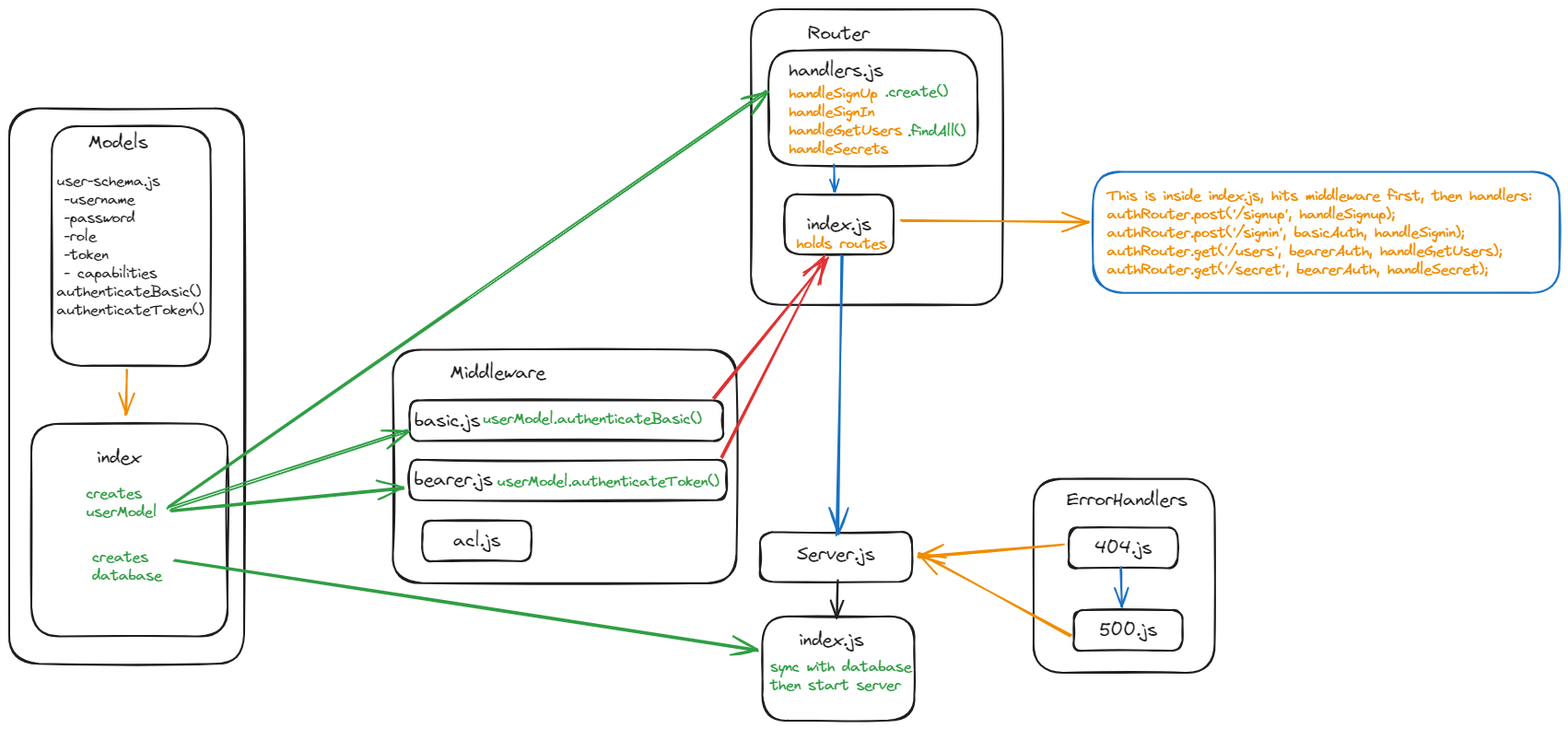
MelodicXP/bearer-auth keeps this Excalidraw diagram as assets/bearerAuthUMLFileStruct.excalidraw.png. Above is the earlier version. Source tidied: one line per element, renumbered; positions are measured from the earlier drawing's top-left corner, leaving out a move shared by most shapes.
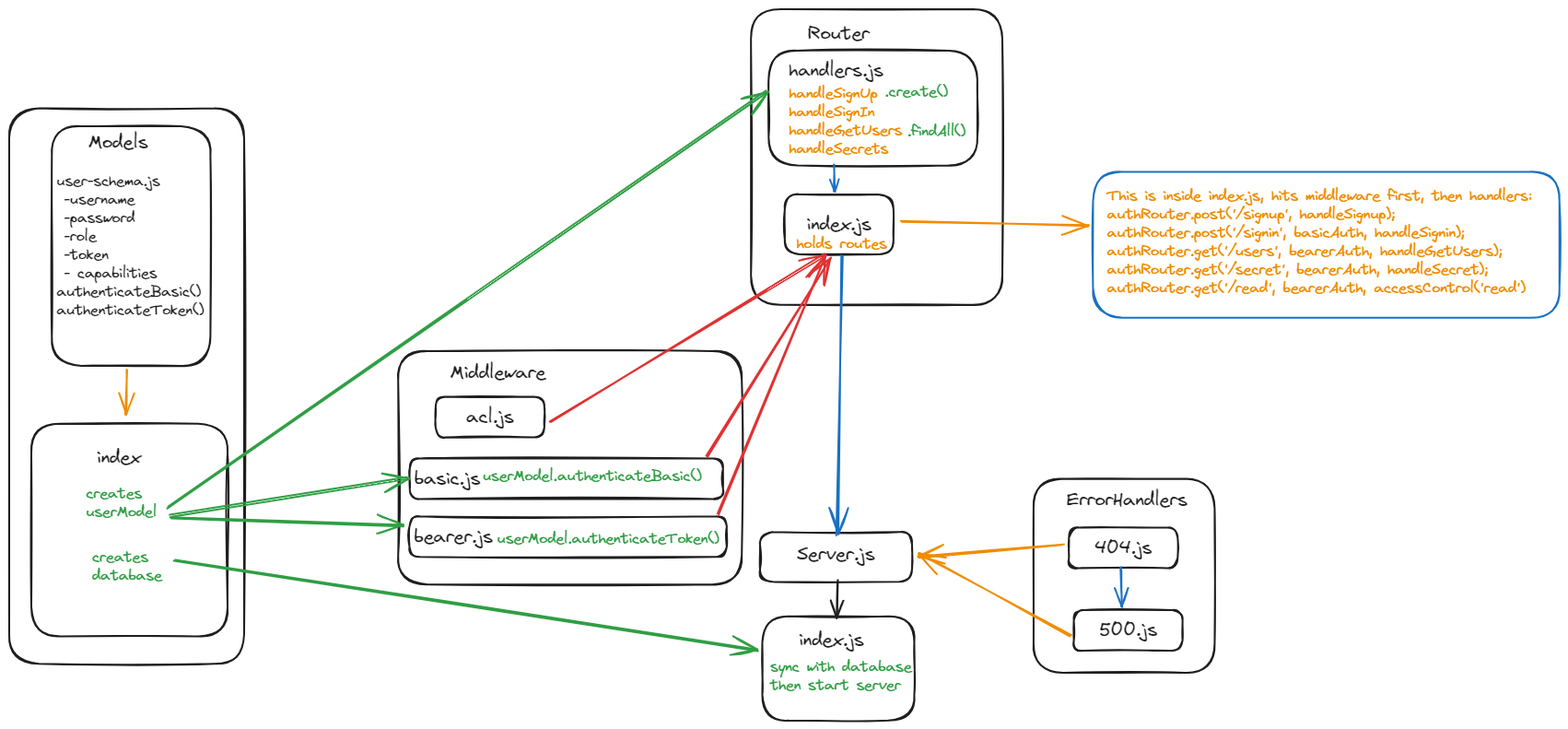
After the commit.

Commit message:
Pass test allow read access

Change to the diagram source:
```diff
@@ -6,22 +6,22 @@
 {"id": 5, "type": "rectangle", "strokeColor": "#1e1e1e", "strokeWidth": 2, "roughness": 1, "round": true, "x": 46, "y": 127, "width": 172, "height": 260}
 {"id": 6, "type": "text", "text": "user-schema.js\n -username\n -password\n -role\n -token\n - capabilities\nauthenticateBasic()\nauthenticateToken()", "strokeColor": "#1e1e1e", "strokeWidth": 2, "roughness": 1, "fontSize": 16, "fontFamily": 1, "verticalAlign": "middle", "inside": 5, "x": 51, "y": 177, "width": 160, "height": 160}
 {"id": 7, "type": "arrow", "strokeColor": "#f08c00", "strokeWidth": 2, "roughness": 1, "endArrowhead": "arrow", "round": true, "from": 5, "to": 1, "x": 128, "y": 392, "width": 1, "height": 48, "points": [[0, 0], [-1, 48]]}
-{"id": 8, "type": "rectangle", "strokeColor": "#1e1e1e", "strokeWidth": 2, "roughness": 1, "round": true, "x": 416, "y": 370, "width": 373, "height": 253}
+{"id": 8, "type": "rectangle", "strokeColor": "#1e1e1e", "strokeWidth": 2, "roughness": 1, "round": true, "x": 422, "y": 371, "width": 373, "height": 253}
 {"id": 9, "type": "text", "text": "Middleware", "strokeColor": "#1e1e1e", "strokeWidth": 2, "roughness": 1, "fontSize": 20, "fontFamily": 1, "x": 479, "y": 382, "width": 104, "height": 25}
-{"id": 10, "type": "rectangle", "strokeColor": "#1e1e1e", "strokeWidth": 2, "roughness": 1, "round": true, "x": 434, "y": 489, "width": 344, "height": 44}
+{"id": 10, "type": "rectangle", "strokeColor": "#1e1e1e", "strokeWidth": 2, "roughness": 1, "round": true, "x": 434, "y": 550, "width": 344, "height": 44}
-{"id": 11, "type": "text", "text": "bearer.js", "strokeColor": "#1e1e1e", "strokeWidth": 2, "roughness": 1, "fontSize": 20, "fontFamily": 1, "verticalAlign": "middle", "inside": 10, "x": 439, "y": 498, "width": 85, "height": 25}
+{"id": 11, "type": "text", "text": "bearer.js", "strokeColor": "#1e1e1e", "strokeWidth": 2, "roughness": 1, "fontSize": 20, "fontFamily": 1, "verticalAlign": "middle", "inside": 10, "x": 439, "y": 560, "width": 85, "height": 25}
-{"id": 12, "type": "rectangle", "strokeColor": "#1e1e1e", "strokeWidth": 2, "roughness": 1, "round": true, "x": 435, "y": 424, "width": 340, "height": 44}
+{"id": 12, "type": "rectangle", "strokeColor": "#1e1e1e", "strokeWidth": 2, "roughness": 1, "round": true, "x": 435, "y": 487, "width": 340, "height": 44}
-{"id": 13, "type": "text", "text": "basic.js", "strokeColor": "#1e1e1e", "strokeWidth": 2, "roughness": 1, "fontSize": 20, "fontFamily": 1, "verticalAlign": "middle", "inside": 12, "x": 440, "y": 434, "width": 72, "height": 25}
+{"id": 13, "type": "text", "text": "basic.js", "strokeColor": "#1e1e1e", "strokeWidth": 2, "roughness": 1, "fontSize": 20, "fontFamily": 1, "verticalAlign": "middle", "inside": 12, "x": 440, "y": 497, "width": 72, "height": 25}
-{"id": 14, "type": "arrow", "strokeColor": "#2f9e44", "strokeWidth": 2, "roughness": 1, "endArrowhead": "arrow", "round": true, "from": 4, "to": 10, "x": 176, "y": 545, "width": 251, "height": 26, "points": [[0, 0], [251, -26]]}
+{"id": 14, "type": "arrow", "strokeColor": "#2f9e44", "strokeWidth": 2, "roughness": 1, "endArrowhead": "arrow", "round": true, "from": 4, "to": 10, "x": 176, "y": 553, "width": 251, "height": 8, "points": [[0, 0], [251, 8]]}
-{"id": 15, "type": "arrow", "strokeColor": "#2f9e44", "strokeWidth": 2, "roughness": 1, "endArrowhead": "arrow", "round": true, "from": 4, "to": 12, "x": 175, "y": 541, "width": 258, "height": 85, "points": [[0, 0], [258, -85]]}
+{"id": 15, "type": "arrow", "strokeColor": "#2f9e44", "strokeWidth": 2, "roughness": 1, "endArrowhead": "arrow", "round": true, "from": 4, "to": 12, "x": 175, "y": 549, "width": 258, "height": 42, "points": [[0, 0], [258, -42]]}
 {"id": 16, "type": "rectangle", "strokeColor": "#1e1e1e", "strokeWidth": 2, "roughness": 1, "round": true, "x": 805, "y": 0, "width": 273, "height": 321}
 {"id": 17, "type": "text", "text": "Router", "strokeColor": "#1e1e1e", "strokeWidth": 2, "roughness": 1, "fontSize": 20, "fontFamily": 1, "x": 867, "y": 14, "width": 67, "height": 25}
 {"id": 18, "type": "rectangle", "strokeColor": "#1e1e1e", "strokeWidth": 2, "roughness": 1, "round": true, "x": 824, "y": 45, "width": 227, "height": 125}
 {"id": 19, "type": "rectangle", "strokeColor": "#1e1e1e", "strokeWidth": 2, "roughness": 1, "round": true, "x": 842, "y": 201, "width": 118, "height": 65}
 {"id": 20, "type": "text", "text": "index.js", "strokeColor": "#1e1e1e", "strokeWidth": 2, "roughness": 1, "fontSize": 20, "fontFamily": 1, "textAlign": "center", "verticalAlign": "middle", "inside": 19, "x": 866, "y": 221, "width": 70, "height": 25}
 {"id": 21, "type": "arrow", "strokeColor": "#2f9e44", "strokeWidth": 2, "roughness": 1, "endArrowhead": "arrow", "round": true, "from": 4, "to": 18, "x": 172, "y": 540, "width": 651, "height": 451, "points": [[0, 0], [651, -451]]}
-{"id": 22, "type": "arrow", "strokeColor": "#e03131", "strokeWidth": 2, "roughness": 1, "endArrowhead": "arrow", "round": true, "from": 12, "to": 43, "x": 765, "y": 423, "width": 124, "height": 153, "points": [[0, 0], [124, -153]]}
+{"id": 22, "type": "arrow", "strokeColor": "#e03131", "strokeWidth": 2, "roughness": 1, "endArrowhead": "arrow", "round": true, "from": 12, "to": 43, "x": 758, "y": 486, "width": 134, "height": 216, "points": [[0, 0], [134, -216]]}
-{"id": 23, "type": "arrow", "strokeColor": "#e03131", "strokeWidth": 2, "roughness": 1, "endArrowhead": "arrow", "round": true, "from": 10, "to": 43, "x": 774, "y": 487, "width": 110, "height": 220, "points": [[0, 0], [110, -220]]}
+{"id": 23, "type": "arrow", "strokeColor": "#e03131", "strokeWidth": 2, "roughness": 1, "endArrowhead": "arrow", "round": true, "from": 10, "to": 43, "x": 770, "y": 548, "width": 115, "height": 281, "points": [[0, 0], [115, -281]]}
 {"id": 24, "type": "rectangle", "strokeColor": "#1e1e1e", "strokeWidth": 2, "roughness": 1, "round": true, "x": 815, "y": 567, "width": 165, "height": 54}
 {"id": 25, "type": "text", "text": "Server.js", "strokeColor": "#1e1e1e", "strokeWidth": 2, "roughness": 1, "fontSize": 20, "fontFamily": 1, "x": 855, "y": 579, "width": 85, "height": 25}
 {"id": 26, "type": "arrow", "strokeColor": "#1971c2", "strokeWidth": 2, "roughness": 1, "endArrowhead": "arrow", "round": true, "from": 43, "to": 25, "x": 905, "y": 268, "width": 6, "height": 302, "points": [[0, 0], [-6, 302]]}
@@ -46,10 +46,11 @@
 {"id": 45, "type": "text", "text": "handlers.js", "strokeColor": "#1e1e1e", "strokeWidth": 2, "roughness": 1, "fontSize": 20, "fontFamily": 1, "x": 846, "y": 54, "width": 102, "height": 25}
 {"id": 46, "type": "text", "text": ".create()", "strokeColor": "#2f9e44", "strokeWidth": 2, "roughness": 1, "fontSize": 16, "fontFamily": 1, "x": 950, "y": 80, "width": 69, "height": 20}
 {"id": 47, "type": "text", "text": ".findAll()", "strokeColor": "#2f9e44", "strokeWidth": 2, "roughness": 1, "fontSize": 16, "fontFamily": 1, "x": 975, "y": 123, "width": 63, "height": 20}
-{"id": 48, "type": "rectangle", "strokeColor": "#1e1e1e", "strokeWidth": 2, "roughness": 1, "round": true, "x": 449, "y": 555, "width": 118, "height": 44}
+{"id": 48, "type": "rectangle", "strokeColor": "#1e1e1e", "strokeWidth": 2, "roughness": 1, "round": true, "x": 463, "y": 421, "width": 118, "height": 44}
-{"id": 49, "type": "text", "text": "acl.js", "strokeColor": "#1e1e1e", "strokeWidth": 2, "roughness": 1, "fontSize": 20, "fontFamily": 1, "textAlign": "center", "verticalAlign": "middle", "inside": 48, "x": 482, "y": 564, "width": 52, "height": 25}
+{"id": 49, "type": "text", "text": "acl.js", "strokeColor": "#1e1e1e", "strokeWidth": 2, "roughness": 1, "fontSize": 20, "fontFamily": 1, "textAlign": "center", "verticalAlign": "middle", "inside": 48, "x": 496, "y": 430, "width": 52, "height": 25}
-{"id": 50, "type": "arrow", "strokeColor": "#f08c00", "strokeWidth": 2, "roughness": 1, "endArrowhead": "arrow", "round": true, "from": 19, "to": 52, "x": 969, "y": 230, "width": 202, "height": 1, "points": [[0, 0], [202, 1]]}
+{"id": 50, "type": "arrow", "strokeColor": "#f08c00", "strokeWidth": 2, "roughness": 1, "endArrowhead": "arrow", "round": true, "from": 19, "to": 52, "x": 969, "y": 231, "width": 202, "height": 4, "points": [[0, 0], [202, 4]]}
-{"id": 51, "type": "rectangle", "strokeColor": "#1971c2", "strokeWidth": 2, "roughness": 1, "round": true, "x": 1176, "y": 176, "width": 506, "height": 131}
+{"id": 51, "type": "rectangle", "strokeColor": "#1971c2", "strokeWidth": 2, "roughness": 1, "round": true, "x": 1176, "y": 176, "width": 506, "height": 158}
-{"id": 52, "type": "text", "text": "This is inside index.js, hits middleware first, then handlers:\nauthRouter.post('/signup', handleSignup);\nauthRouter.post('/signin', basicAuth, handleSignin);\nauthRouter.get('/users', bearerAuth, handleGetUsers);\nauthRouter.get('/secret', bearerAuth, handleSecret);", "strokeColor": "#f08c00", "strokeWidth": 2, "roughness": 1, "fontSize": 16, "fontFamily": 1, "x": 1191, "y": 193, "width": 461, "height": 100}
+{"id": 52, "type": "text", "text": "This is inside index.js, hits middleware first, then handlers:\nauthRouter.post('/signup', handleSignup);\nauthRouter.post('/signin', basicAuth, handleSignin);\nauthRouter.get('/users', bearerAuth, handleGetUsers);\nauthRouter.get('/secret', bearerAuth, handleSecret);\nauthRouter.get('/read', bearerAuth, accessControl('read')", "strokeColor": "#f08c00", "strokeWidth": 2, "roughness": 1, "fontSize": 16, "fontFamily": 1, "x": 1191, "y": 193, "width": 461, "height": 120}
-{"id": 53, "type": "text", "text": "userModel.authenticateBasic()", "strokeColor": "#2f9e44", "strokeWidth": 2, "roughness": 1, "fontSize": 16, "fontFamily": 1, "x": 514, "y": 435, "width": 238, "height": 20}
+{"id": 53, "type": "text", "text": "userModel.authenticateBasic()", "strokeColor": "#2f9e44", "strokeWidth": 2, "roughness": 1, "fontSize": 16, "fontFamily": 1, "x": 514, "y": 497, "width": 238, "height": 20}
-{"id": 54, "type": "text", "text": "userModel.authenticateToken()", "strokeColor": "#2f9e44", "strokeWidth": 2, "roughness": 1, "fontSize": 16, "fontFamily": 1, "x": 530, "y": 503, "width": 241, "height": 20}
+{"id": 54, "type": "text", "text": "userModel.authenticateToken()", "strokeColor": "#2f9e44", "strokeWidth": 2, "roughness": 1, "fontSize": 16, "fontFamily": 1, "x": 530, "y": 565, "width": 241, "height": 20}
+{"id": 55, "type": "arrow", "strokeColor": "#e03131", "strokeWidth": 2, "roughness": 1, "endArrowhead": "arrow", "round": true, "from": 48, "to": 43, "x": 587, "y": 447, "width": 299, "height": 181, "points": [[0, 0], [299, -181]]}
```
